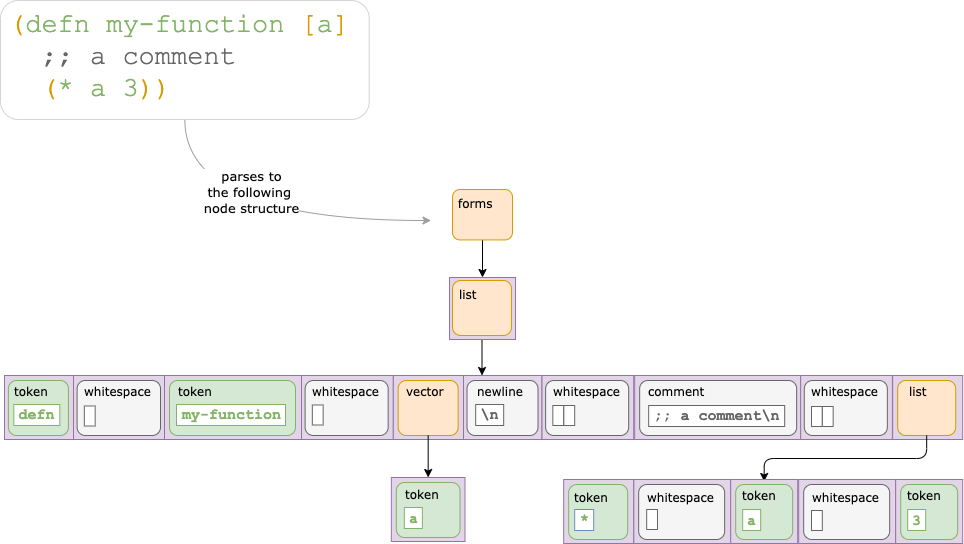
The draw.io diagram doc/introduction-parsed-nodes.png in clj-commons/rewrite-clj, before a commit. Source tidied: cells renumbered, new cells last; positions are measured from the earlier drawing's top-left corner, leaving out a move shared by most shapes.
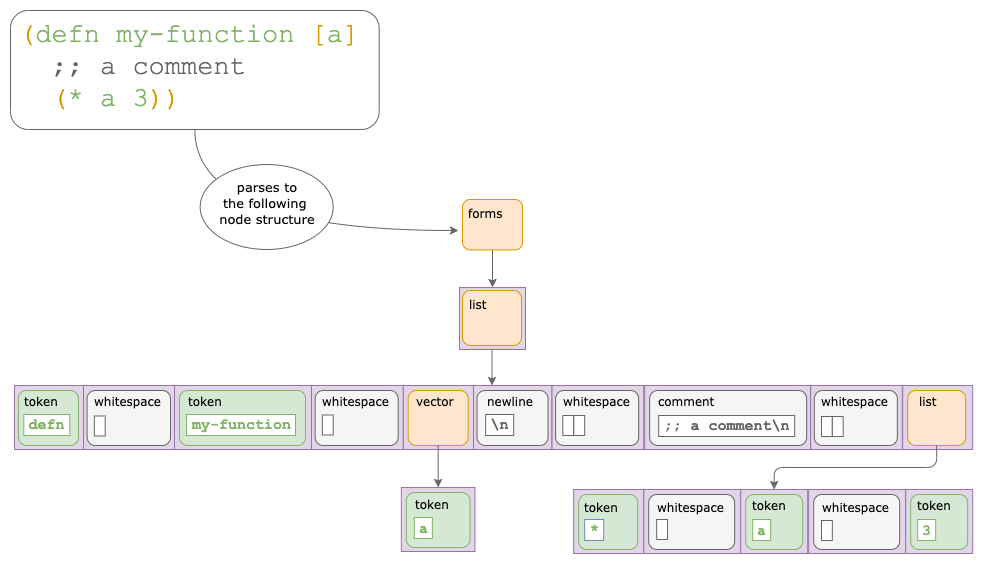
After the change.

Commit message:
Update diagrams to be dark mode friendly

The edit, as a diff of the source:
```diff
@@ -2,20 +2,15 @@
   <root>
     <mxCell id="0" />
     <mxCell id="1" parent="0" />
-    <mxCell id="2" style="endArrow=classic;html=1;fontFamily=Courier New;fontSize=12;strokeColor=#9E9E9E;exitX=0.5;exitY=1;exitDx=0;exitDy=0;edgeStyle=orthogonalEdgeStyle;curved=1;" parent="1" edge="1" source="4">
+    <mxCell id="2" style="endArrow=classic;html=1;fontFamily=Courier New;fontSize=12;strokeColor=#666666;exitX=0.5;exitY=1;exitDx=0;exitDy=0;edgeStyle=orthogonalEdgeStyle;curved=1;fillColor=#f5f5f5;" parent="1" edge="1" source="4">
       <mxGeometry relative="1" as="geometry">
-        <mxPoint x="430.5" y="220" as="targetPoint" />
+        <mxPoint x="448" y="220" as="targetPoint" />
         <Array as="points">
           <mxPoint x="184" y="220" />
         </Array>
       </mxGeometry>
     </mxCell>
-    <mxCell id="3" value="&lt;font style=&quot;font-size: 13px&quot; face=&quot;Verdana&quot;&gt;parses to&lt;br&gt;the&amp;nbsp;following &lt;br&gt;node structure&lt;/font&gt;" style="edgeLabel;html=1;align=center;verticalAlign=middle;fontSize=12;fontFamily=Courier New;" parent="2" vertex="1">
-      <mxGeometry x="-0.3" y="2" relative="1" as="geometry">
-        <mxPoint x="45.7" y="-27" as="offset" />
-      </mxGeometry>
-    </mxCell>
-    <mxCell id="4" style="rounded=1;whiteSpace=wrap;html=1;comic=0;fontFamily=Courier New;fontSize=12;align=left;strokeColor=#D4D4D4;glass=0;" parent="1" vertex="1">
+    <mxCell id="4" style="rounded=1;whiteSpace=wrap;html=1;comic=0;fontFamily=Courier New;fontSize=12;align=left;glass=0;strokeColor=#666666;" parent="1" vertex="1">
       <mxGeometry width="368.7" height="119" as="geometry" />
     </mxCell>
     <mxCell id="5" value="[" style="rounded=0;whiteSpace=wrap;html=1;comic=0;strokeColor=#9673a6;fillColor=#e1d5e7;align=left;fontSize=14;fontFamily=Courier New;" parent="1" vertex="1">
@@ -24,7 +19,7 @@
     <mxCell id="6" style="rounded=0;whiteSpace=wrap;html=1;comic=0;strokeColor=#9673a6;fillColor=#e1d5e7;align=left;fontSize=14;fontFamily=Courier New;" parent="1" vertex="1">
       <mxGeometry x="461.5" y="375" width="80" height="64" as="geometry" />
     </mxCell>
-    <mxCell id="7" style="endArrow=classic;html=1;entryX=0.5;entryY=0;entryDx=0;entryDy=0;exitX=0.5;exitY=1;exitDx=0;exitDy=0;fontSize=14;fontFamily=Courier New;" parent="1" edge="1" source="42" target="64">
+    <mxCell id="7" style="endArrow=classic;html=1;entryX=0.5;entryY=0;entryDx=0;entryDy=0;exitX=0.5;exitY=1;exitDx=0;exitDy=0;fontSize=14;fontFamily=Courier New;fillColor=#f5f5f5;strokeColor=#666666;" parent="1" edge="1" source="42" target="64">
       <mxGeometry relative="1" as="geometry" />
     </mxCell>
     <mxCell id="8" style="rounded=0;whiteSpace=wrap;html=1;comic=0;strokeColor=#9673a6;fillColor=#e1d5e7;align=left;fontSize=14;fontFamily=Courier New;" parent="1" vertex="1">
@@ -63,7 +58,7 @@
     <mxCell id="19" value="&lt;font face=&quot;Verdana&quot; style=&quot;font-size: 12px&quot;&gt;whitespace&lt;/font&gt;" style="text;html=1;strokeColor=none;fillColor=none;align=left;verticalAlign=middle;whiteSpace=wrap;rounded=0;comic=0;fontFamily=Courier New;fontSize=14;spacingTop=9;" parent="1" vertex="1">
       <mxGeometry x="645.2" y="482" width="84" height="20" as="geometry" />
     </mxCell>
-    <mxCell id="20" style="endArrow=classic;html=1;fontFamily=Courier New;fontSize=14;exitX=0.5;exitY=1;exitDx=0;exitDy=0;entryX=0.5;entryY=0;entryDx=0;entryDy=0;edgeStyle=orthogonalEdgeStyle;" parent="1" edge="1" source="12" target="39">
+    <mxCell id="20" style="endArrow=classic;html=1;fontFamily=Courier New;fontSize=14;exitX=0.5;exitY=1;exitDx=0;exitDy=0;edgeStyle=orthogonalEdgeStyle;fillColor=#f5f5f5;strokeColor=#666666;entryX=0.5;entryY=0;entryDx=0;entryDy=0;" parent="1" edge="1" source="12" target="37">
       <mxGeometry relative="1" as="geometry" />
     </mxCell>
     <mxCell id="21" style="rounded=0;whiteSpace=wrap;html=1;comic=0;strokeColor=#9673a6;fillColor=#e1d5e7;align=left;fontSize=14;fontFamily=Courier New;" parent="1" vertex="1">
@@ -159,10 +154,10 @@
     <mxCell id="51" value="&lt;font face=&quot;Verdana&quot; style=&quot;font-size: 12px&quot;&gt;whitespace&lt;/font&gt;" style="text;html=1;strokeColor=none;fillColor=none;align=left;verticalAlign=middle;whiteSpace=wrap;rounded=0;comic=0;fontFamily=Courier New;fontSize=14;spacingTop=9;" parent="1" vertex="1">
       <mxGeometry x="310.2" y="376" width="97.5" height="20" as="geometry" />
     </mxCell>
-    <mxCell id="52" style="endArrow=classic;html=1;fontSize=14;exitX=0.5;exitY=1;exitDx=0;exitDy=0;entryX=0.5;entryY=0;entryDx=0;entryDy=0;fontFamily=Courier New;" parent="1" edge="1" source="9" target="29">
+    <mxCell id="52" style="endArrow=classic;html=1;fontSize=14;exitX=0.5;exitY=1;exitDx=0;exitDy=0;entryX=0.5;entryY=0;entryDx=0;entryDy=0;fontFamily=Courier New;fillColor=#f5f5f5;strokeColor=#666666;" parent="1" edge="1" source="9" target="29">
       <mxGeometry relative="1" as="geometry" />
     </mxCell>
-    <mxCell id="53" style="endArrow=classic;html=1;entryX=0.25;entryY=0;entryDx=0;entryDy=0;exitX=0.5;exitY=1;exitDx=0;exitDy=0;fontSize=14;fontFamily=Courier New;" parent="1" edge="1" source="65" target="6">
+    <mxCell id="53" style="endArrow=classic;html=1;entryX=0.25;entryY=0;entryDx=0;entryDy=0;exitX=0.5;exitY=1;exitDx=0;exitDy=0;fontSize=14;fontFamily=Courier New;fillColor=#f5f5f5;strokeColor=#666666;" parent="1" edge="1" source="65" target="6">
       <mxGeometry relative="1" as="geometry" />
     </mxCell>
     <mxCell id="54" style="edgeStyle=none;rounded=0;orthogonalLoop=1;jettySize=auto;html=1;entryX=1;entryY=0.5;entryDx=0;entryDy=0;fontFamily=Courier New;fontSize=14;" parent="1" edge="1" source="15" target="15">
@@ -255,5 +250,11 @@
     <mxCell id="83" value="&amp;nbsp;" style="text;html=1;align=center;verticalAlign=middle;whiteSpace=wrap;rounded=0;comic=0;fontSize=14;fontFamily=Courier New;fillColor=#FFFFFF;strokeColor=#666666;" parent="1" vertex="1">
       <mxGeometry x="821.8" y="406" width="10.8" height="20" as="geometry" />
     </mxCell>
+    <mxCell id="84" style="ellipse;whiteSpace=wrap;html=1;strokeColor=#666666;" parent="1" vertex="1">
+      <mxGeometry x="189.7" y="154" width="133" height="85" as="geometry" />
+    </mxCell>
+    <mxCell id="3" value="&lt;span style=&quot;font-family: &amp;#34;verdana&amp;#34; ; font-size: 13px&quot;&gt;parses to&lt;/span&gt;&lt;br style=&quot;font-family: &amp;#34;verdana&amp;#34; ; font-size: 13px&quot;&gt;&lt;span style=&quot;font-family: &amp;#34;verdana&amp;#34; ; font-size: 13px&quot;&gt;the&amp;nbsp;following&amp;nbsp;&lt;/span&gt;&lt;br style=&quot;font-family: &amp;#34;verdana&amp;#34; ; font-size: 13px&quot;&gt;&lt;span style=&quot;font-family: &amp;#34;verdana&amp;#34; ; font-size: 13px&quot;&gt;node structure&lt;/span&gt;" style="text;html=1;strokeColor=none;fillColor=none;align=center;verticalAlign=middle;whiteSpace=wrap;rounded=0;" parent="1" vertex="1">
+      <mxGeometry x="206.7" y="159" width="100" height="68.5" as="geometry" />
+    </mxCell>
   </root>
 </mxGraphModel>
```
